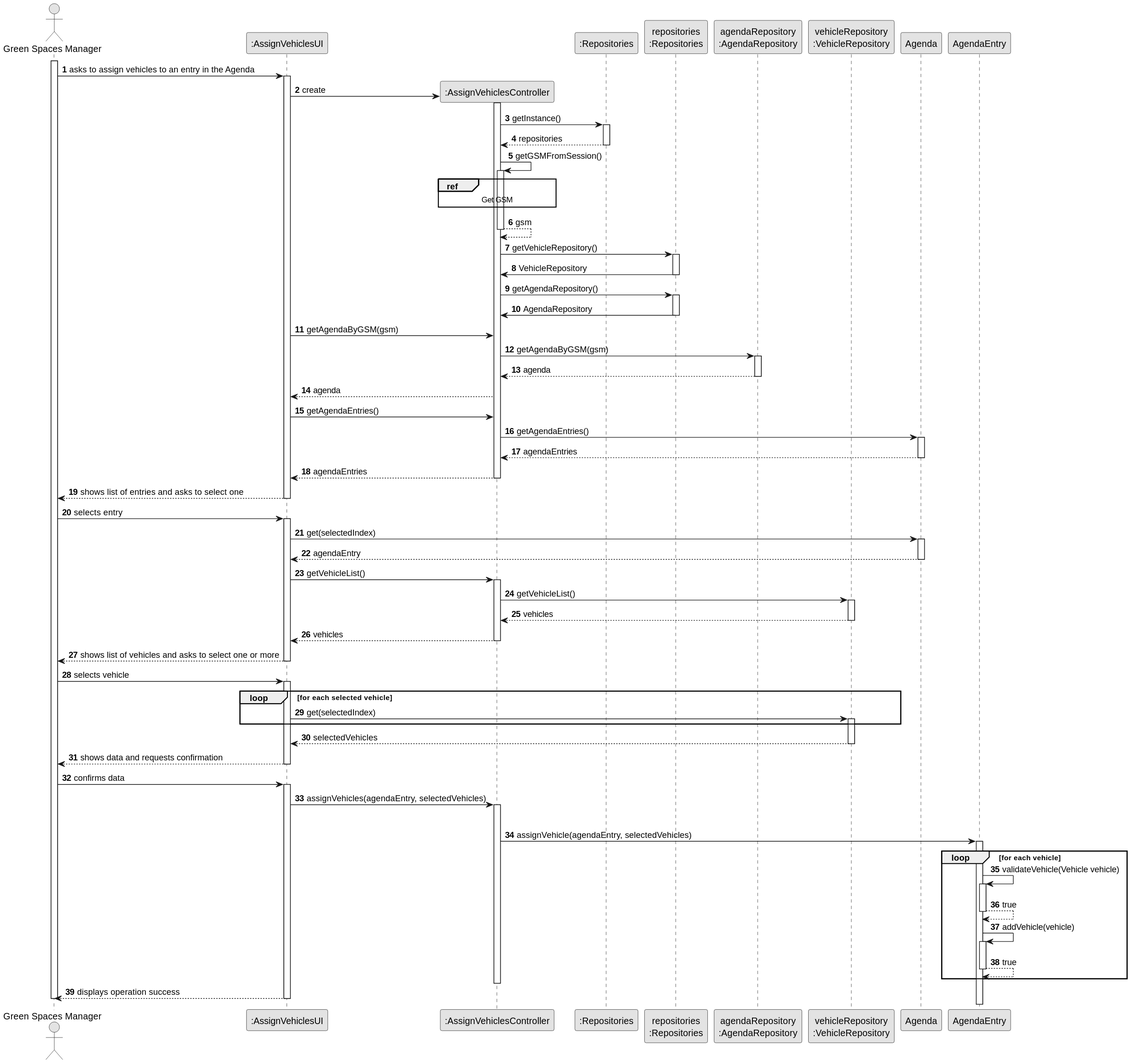
The PlantUML diagram docs/sprint3/us026/03.design/svg/us026-sequence-diagram-full.svg in tiagosoa/lei-24-s2-1dgh-g073, before a commit.
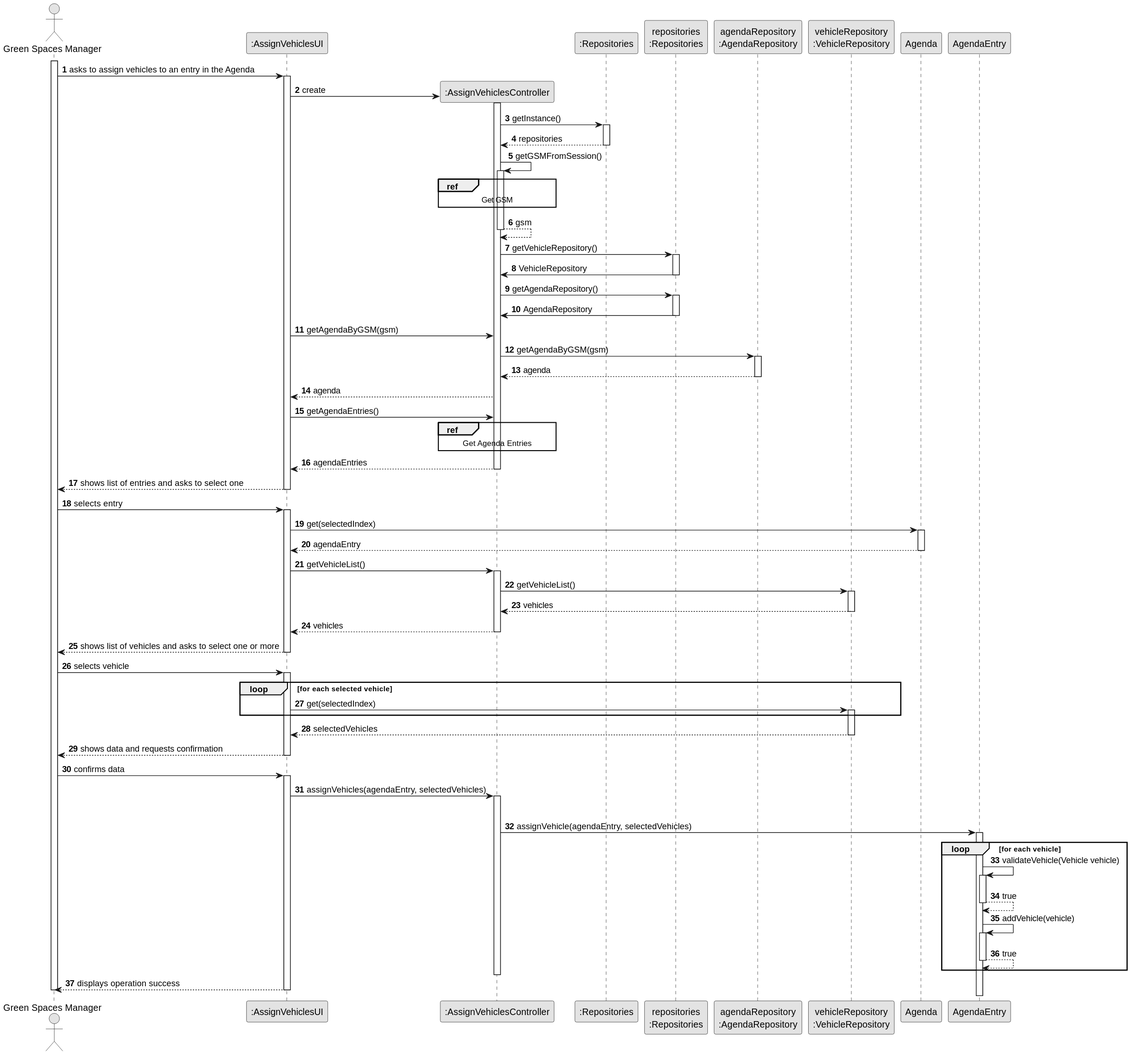
After the change.

What changed in the source:
```diff
@@ -64,11 +64,9 @@
 
 
                              UI -> CTRL : getAgendaEntries()
-                            CTRL -> AG : getAgendaEntries()
-                            activate AG
-
-                            AG --> CTRL : agendaEntries
-                            deactivate AG
+                            ref over CTRL
+                            Get Agenda Entries
+                            end
 
                             CTRL --> UI : agendaEntries
                             deactivate CTRL
```
